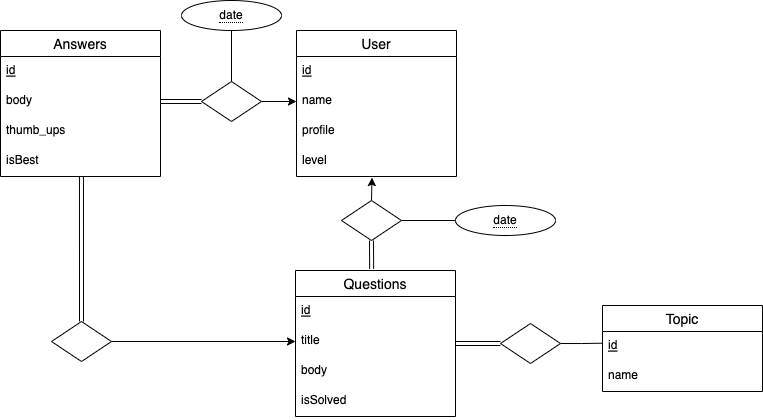
1092772959/CSGY_6083_Database keeps this draw.io diagram as ER.png. Above is the earlier version. Source tidied: cells renumbered, new cells last; positions are measured from the earlier drawing's top-left corner, leaving out a move shared by most shapes.
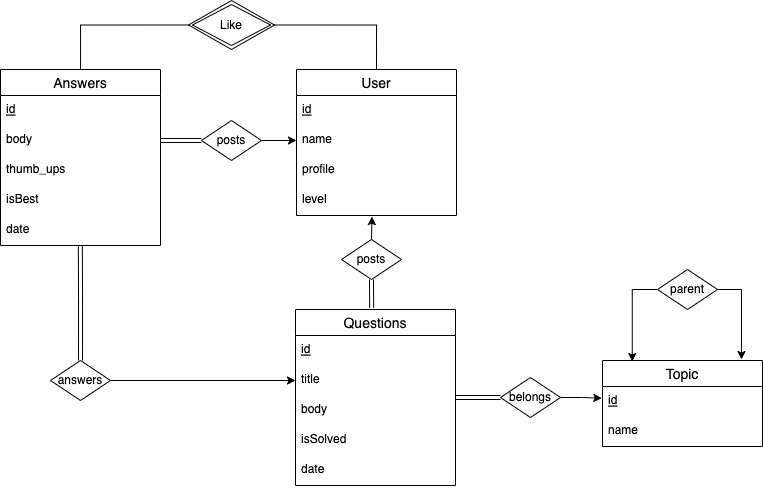
After the change.

The edit, as a diff of the source:
```diff
@@ -18,7 +18,7 @@
       <mxGeometry y="116" width="160" height="30" as="geometry" />
     </mxCell>
     <mxCell id="7" value="Answers" style="swimlane;fontStyle=0;horizontal=1;startSize=26;align=center;fontSize=14;" parent="1" vertex="1">
-      <mxGeometry y="30" width="160" height="146" as="geometry" />
+      <mxGeometry y="30" width="160" height="176" as="geometry" />
     </mxCell>
     <mxCell id="8" value="id" style="text;strokeColor=none;fillColor=none;spacingLeft=4;spacingRight=4;overflow=hidden;fontSize=12;fontStyle=4;" parent="7" vertex="1">
       <mxGeometry y="26" width="160" height="30" as="geometry" />
@@ -32,11 +32,14 @@
     <mxCell id="11" value="isBest" style="text;strokeColor=none;fillColor=none;spacingLeft=4;spacingRight=4;overflow=hidden;points=[[0,0.5],[1,0.5]];portConstraint=eastwest;fontSize=12;" parent="7" vertex="1">
       <mxGeometry y="116" width="160" height="30" as="geometry" />
     </mxCell>
+    <mxCell id="37" value="date" style="text;strokeColor=none;fillColor=none;spacingLeft=4;spacingRight=4;overflow=hidden;points=[[0,0.5],[1,0.5]];portConstraint=eastwest;fontSize=12;" parent="7" vertex="1">
+      <mxGeometry y="146" width="160" height="30" as="geometry" />
+    </mxCell>
     <mxCell id="12" style="edgeStyle=orthogonalEdgeStyle;rounded=0;jettySize=auto;html=1;exitX=1;exitY=0.5;exitDx=0;exitDy=0;entryX=0;entryY=0.5;entryDx=0;entryDy=0;endArrow=none;endFill=0;shape=link;" parent="1" edge="1" source="13" target="28">
       <mxGeometry relative="1" as="geometry" />
     </mxCell>
     <mxCell id="13" value="Questions" style="swimlane;fontStyle=0;horizontal=1;startSize=26;align=center;fontSize=14;labelPosition=center;verticalLabelPosition=middle;verticalAlign=middle;" parent="1" vertex="1">
-      <mxGeometry x="295" y="270" width="160" height="146" as="geometry" />
+      <mxGeometry x="295" y="270" width="160" height="176" as="geometry" />
     </mxCell>
     <mxCell id="14" style="edgeStyle=orthogonalEdgeStyle;rounded=0;jettySize=auto;html=1;exitX=0;exitY=0.5;exitDx=0;exitDy=0;entryX=0;entryY=0.5;entryDx=0;entryDy=0;endArrow=none;endFill=0;" parent="13" edge="1" source="15" target="16">
       <mxGeometry relative="1" as="geometry" />
@@ -51,10 +54,10 @@
       <mxGeometry y="86" width="160" height="30" as="geometry" />
     </mxCell>
     <mxCell id="18" value="isSolved" style="text;strokeColor=none;fillColor=none;spacingLeft=4;spacingRight=4;overflow=hidden;fontSize=12;" parent="13" vertex="1">
-      <mxGeometry y="116" width="160" height="30" as="geometry" />
+      <mxGeometry y="116" width="160" height="60" as="geometry" />
     </mxCell>
     <mxCell id="19" value="Topic" style="swimlane;fontStyle=0;horizontal=1;startSize=26;align=center;fontSize=14;" parent="1" vertex="1">
-      <mxGeometry x="602" y="305" width="160" height="86" as="geometry" />
+      <mxGeometry x="602" y="321" width="160" height="86" as="geometry" />
     </mxCell>
     <mxCell id="20" value="id" style="text;strokeColor=none;fillColor=none;spacingLeft=4;spacingRight=4;overflow=hidden;points=[[0,0.5],[1,0.5]];portConstraint=eastwest;fontSize=12;fontStyle=4;" parent="19" vertex="1">
       <mxGeometry y="26" width="160" height="30" as="geometry" />
@@ -62,33 +65,27 @@
     <mxCell id="21" value="name" style="text;strokeColor=none;fillColor=none;spacingLeft=4;spacingRight=4;overflow=hidden;fontSize=12;" parent="19" vertex="1">
       <mxGeometry y="56" width="160" height="30" as="geometry" />
     </mxCell>
-    <mxCell id="22" style="edgeStyle=orthogonalEdgeStyle;rounded=0;jettySize=auto;html=1;exitX=0.5;exitY=0;exitDx=0;exitDy=0;entryX=0.506;entryY=1;entryDx=0;entryDy=0;entryPerimeter=0;endArrow=classic;endFill=1;shape=link;" parent="1" edge="1" source="24" target="11">
+    <mxCell id="22" style="edgeStyle=orthogonalEdgeStyle;rounded=0;jettySize=auto;html=1;exitX=0.5;exitY=0;exitDx=0;exitDy=0;endArrow=classic;endFill=1;shape=link;entryX=0.499;entryY=1.026;entryDx=0;entryDy=0;entryPerimeter=0;" parent="1" edge="1" source="24" target="37">
       <mxGeometry relative="1" as="geometry" />
     </mxCell>
     <mxCell id="23" style="edgeStyle=orthogonalEdgeStyle;rounded=0;jettySize=auto;html=1;exitX=1;exitY=0.5;exitDx=0;exitDy=0;entryX=0;entryY=0.5;entryDx=0;entryDy=0;endArrow=classic;endFill=1;" parent="1" edge="1" source="24" target="16">
       <mxGeometry relative="1" as="geometry" />
     </mxCell>
-    <mxCell id="24" style="rhombus;whiteSpace=wrap;html=1;" parent="1" vertex="1">
-      <mxGeometry x="51" y="321" width="60" height="40" as="geometry" />
+    <mxCell id="24" value="answers" style="rhombus;whiteSpace=wrap;html=1;" parent="1" vertex="1">
+      <mxGeometry x="50" y="321" width="60" height="40" as="geometry" />
     </mxCell>
     <mxCell id="25" style="edgeStyle=orthogonalEdgeStyle;rounded=0;jettySize=auto;html=1;exitX=1;exitY=0.5;exitDx=0;exitDy=0;entryX=0;entryY=0.5;entryDx=0;entryDy=0;endArrow=classic;endFill=1;" parent="1" edge="1" source="26" target="4">
       <mxGeometry relative="1" as="geometry" />
     </mxCell>
-    <mxCell id="26" style="rhombus;whiteSpace=wrap;html=1;" parent="1" vertex="1">
+    <mxCell id="26" value="posts" style="rhombus;whiteSpace=wrap;html=1;" parent="1" vertex="1">
       <mxGeometry x="201" y="81" width="60" height="40" as="geometry" />
     </mxCell>
-    <mxCell id="27" style="edgeStyle=orthogonalEdgeStyle;rounded=0;jettySize=auto;html=1;exitX=1;exitY=0.5;exitDx=0;exitDy=0;entryX=-0.004;entryY=0.39;entryDx=0;entryDy=0;entryPerimeter=0;endArrow=none;endFill=0;" parent="1" edge="1" source="28" target="20">
+    <mxCell id="27" style="edgeStyle=orthogonalEdgeStyle;rounded=0;jettySize=auto;html=1;exitX=1;exitY=0.5;exitDx=0;exitDy=0;entryX=-0.004;entryY=0.39;entryDx=0;entryDy=0;entryPerimeter=0;endArrow=classic;endFill=1;" parent="1" edge="1" source="28" target="20">
       <mxGeometry relative="1" as="geometry" />
     </mxCell>
-    <mxCell id="28" style="rhombus;whiteSpace=wrap;html=1;" parent="1" vertex="1">
-      <mxGeometry x="500" y="323" width="60" height="40" as="geometry" />
+    <mxCell id="28" value="belongs" style="rhombus;whiteSpace=wrap;html=1;" parent="1" vertex="1">
+      <mxGeometry x="500" y="338" width="60" height="40" as="geometry" />
     </mxCell>
-    <mxCell id="29" style="edgeStyle=orthogonalEdgeStyle;rounded=0;jettySize=auto;html=1;endArrow=none;endFill=0;" parent="1" edge="1" source="30" target="26">
-      <mxGeometry relative="1" as="geometry" />
-    </mxCell>
-    <mxCell id="30" value="&lt;span style=&quot;border-bottom: 1px dotted&quot;&gt;date&lt;/span&gt;" style="ellipse;whiteSpace=wrap;html=1;align=center;" parent="1" vertex="1">
-      <mxGeometry x="181" width="100" height="30" as="geometry" />
-    </mxCell>
     <mxCell id="31" style="edgeStyle=orthogonalEdgeStyle;rounded=0;jettySize=auto;html=1;exitX=1;exitY=0.5;exitDx=0;exitDy=0;entryX=0;entryY=0.5;entryDx=0;entryDy=0;endArrow=none;endFill=0;shape=link;" parent="1" edge="1" source="9" target="26">
       <mxGeometry relative="1" as="geometry" />
     </mxCell>
@@ -98,14 +95,31 @@
     <mxCell id="33" style="edgeStyle=orthogonalEdgeStyle;rounded=0;jettySize=auto;html=1;exitX=0.5;exitY=0;exitDx=0;exitDy=0;entryX=0.472;entryY=1.036;entryDx=0;entryDy=0;entryPerimeter=0;endArrow=classic;endFill=1;" parent="1" edge="1" source="35" target="6">
       <mxGeometry relative="1" as="geometry" />
     </mxCell>
-    <mxCell id="34" style="edgeStyle=orthogonalEdgeStyle;rounded=0;jettySize=auto;html=1;exitX=1;exitY=0.5;exitDx=0;exitDy=0;entryX=0;entryY=0.5;entryDx=0;entryDy=0;endArrow=none;endFill=0;" parent="1" edge="1" source="35" target="36">
-      <mxGeometry relative="1" as="geometry" />
-    </mxCell>
-    <mxCell id="35" style="rhombus;whiteSpace=wrap;html=1;" parent="1" vertex="1">
+    <mxCell id="35" value="posts" style="rhombus;whiteSpace=wrap;html=1;" parent="1" vertex="1">
       <mxGeometry x="341" y="200" width="60" height="40" as="geometry" />
     </mxCell>
-    <mxCell id="36" value="&lt;span style=&quot;border-bottom: 1px dotted&quot;&gt;date&lt;/span&gt;" style="ellipse;whiteSpace=wrap;html=1;align=center;" parent="1" vertex="1">
-      <mxGeometry x="455" y="205" width="100" height="30" as="geometry" />
-    </mxCell>
+    <mxCell id="38" value="date" style="text;strokeColor=none;fillColor=none;spacingLeft=4;spacingRight=4;overflow=hidden;fontSize=12;" parent="1" vertex="1">
+      <mxGeometry x="295" y="416" width="160" height="30" as="geometry" />
+    </mxCell>
+    <mxCell id="39" style="edgeStyle=orthogonalEdgeStyle;rounded=0;jettySize=auto;html=1;exitX=1;exitY=0.5;exitDx=0;exitDy=0;endArrow=classic;endFill=1;" parent="1" edge="1" source="41">
+      <mxGeometry relative="1" as="geometry">
+        <mxPoint x="741" y="320" as="targetPoint" />
+      </mxGeometry>
+    </mxCell>
+    <mxCell id="40" style="edgeStyle=orthogonalEdgeStyle;rounded=0;jettySize=auto;html=1;exitX=0;exitY=0.5;exitDx=0;exitDy=0;entryX=0.186;entryY=0.012;entryDx=0;entryDy=0;entryPerimeter=0;endArrow=classic;endFill=1;" parent="1" edge="1" source="41" target="19">
+      <mxGeometry relative="1" as="geometry" />
+    </mxCell>
+    <mxCell id="41" value="parent" style="rhombus;whiteSpace=wrap;html=1;" parent="1" vertex="1">
+      <mxGeometry x="657" y="230" width="60" height="40" as="geometry" />
+    </mxCell>
+    <mxCell id="42" style="edgeStyle=orthogonalEdgeStyle;rounded=0;jettySize=auto;html=1;exitX=1;exitY=0.5;exitDx=0;exitDy=0;entryX=0.5;entryY=0;entryDx=0;entryDy=0;endArrow=none;endFill=0;" parent="1" edge="1" source="44" target="2">
+      <mxGeometry relative="1" as="geometry" />
+    </mxCell>
+    <mxCell id="43" style="edgeStyle=orthogonalEdgeStyle;rounded=0;jettySize=auto;html=1;exitX=0;exitY=0.5;exitDx=0;exitDy=0;endArrow=none;endFill=0;" parent="1" edge="1" source="44" target="7">
+      <mxGeometry relative="1" as="geometry" />
+    </mxCell>
+    <mxCell id="44" value="Like" style="shape=rhombus;double=1;perimeter=rhombusPerimeter;whiteSpace=wrap;html=1;align=center;" parent="1" vertex="1">
+      <mxGeometry x="188" y="-39" width="86" height="49" as="geometry" />
+    </mxCell>
   </root>
 </mxGraphModel>
```
